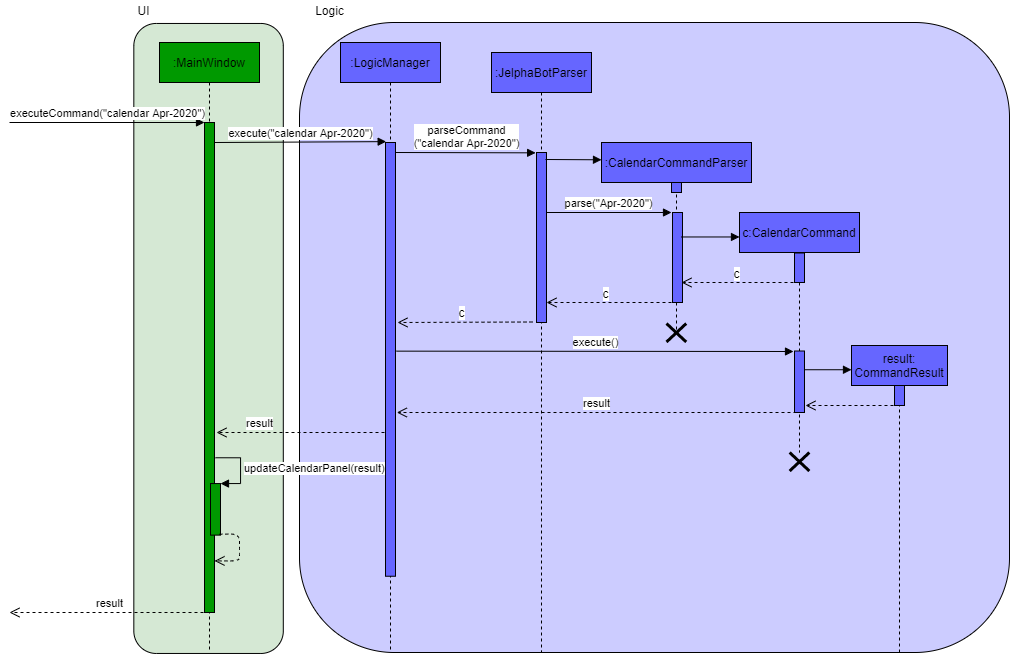
Before: images/CalendarViewSequenceDiagram.png, a diagram exported from draw.io (AY1920S2-CS2103-F09-2/main). Source tidied: cells renumbered, new cells last; positions are measured from the earlier drawing's top-left corner, leaving out a move shared by most shapes. The source it was exported from:
```xml
<mxGraphModel background="#ffffff">
  <root>
    <mxCell id="0" />
    <mxCell id="1" parent="0" />
    <mxCell id="2" style="rounded=1;whiteSpace=wrap;html=1;shadow=0;fillColor=#CCCCFF;" parent="1" vertex="1">
      <mxGeometry x="406" y="22" width="710" height="630" as="geometry" />
    </mxCell>
    <mxCell id="3" style="rounded=1;whiteSpace=wrap;html=1;shadow=0;rotation=-90;fillColor=#D5E8D4;" parent="1" vertex="1">
      <mxGeometry x="0.1" y="263.2" width="630" height="149.5" as="geometry" />
    </mxCell>
    <mxCell id="4" value=":MainWindow" style="shape=umlLifeline;perimeter=lifelinePerimeter;whiteSpace=wrap;html=1;shadow=0;fillColor=#009900;" parent="1" vertex="1">
      <mxGeometry x="266" y="42" width="100" height="610" as="geometry" />
    </mxCell>
    <mxCell id="5" value="executeCommand(&quot;calendar Apr-2020&quot;)" style="html=1;verticalAlign=bottom;endArrow=block;fillColor=#4D9900;" parent="1" edge="1">
      <mxGeometry relative="1" as="geometry">
        <mxPoint x="116" y="122" as="sourcePoint" />
        <mxPoint x="311" y="122" as="targetPoint" />
      </mxGeometry>
    </mxCell>
    <mxCell id="6" value="UI" style="text;html=1;align=center;verticalAlign=middle;" parent="1" vertex="1">
      <mxGeometry x="235" width="30" height="20" as="geometry" />
    </mxCell>
    <mxCell id="7" value="execute(&quot;calendar Apr-2020&quot;)" style="html=1;verticalAlign=bottom;endArrow=block;fillColor=#4D9900;entryX=0.067;entryY=-0.002;entryDx=0;entryDy=0;entryPerimeter=0;" parent="1" edge="1" target="12">
      <mxGeometry relative="1" as="geometry">
        <mxPoint x="321" y="142" as="sourcePoint" />
      </mxGeometry>
    </mxCell>
    <mxCell id="8" value="result" style="html=1;verticalAlign=bottom;endArrow=open;dashed=1;endSize=8;fillColor=#4D9900;" parent="1" edge="1">
      <mxGeometry relative="1" as="geometry">
        <mxPoint x="903" y="412" as="sourcePoint" />
        <mxPoint x="503.3" y="412" as="targetPoint" />
      </mxGeometry>
    </mxCell>
    <mxCell id="9" value="Logic" style="text;html=1;align=center;verticalAlign=middle;" parent="1" vertex="1">
      <mxGeometry x="416" width="40" height="20" as="geometry" />
    </mxCell>
    <mxCell id="10" style="group;" parent="1" vertex="1">
      <mxGeometry x="442" y="42" width="100" height="610" as="geometry" />
    </mxCell>
    <mxCell id="11" value=":LogicManager" style="shape=umlLifeline;perimeter=lifelinePerimeter;whiteSpace=wrap;html=1;shadow=0;fillColor=#6666FF;" parent="10" vertex="1">
      <mxGeometry x="5" width="100" height="610" as="geometry" />
    </mxCell>
    <mxCell id="12" style="html=1;points=[];perimeter=orthogonalPerimeter;shadow=0;fillColor=#6666FF;" parent="10" vertex="1">
      <mxGeometry x="50" y="100" width="10" height="433.8" as="geometry" />
    </mxCell>
    <mxCell id="13" value=":JelphaBotParser" style="shape=umlLifeline;perimeter=lifelinePerimeter;whiteSpace=wrap;html=1;shadow=0;fillColor=#6666FF;" parent="1" vertex="1">
      <mxGeometry x="598" y="52" width="100" height="600" as="geometry" />
    </mxCell>
    <mxCell id="14" style="html=1;points=[];perimeter=orthogonalPerimeter;shadow=0;fillColor=#6666FF;" parent="13" vertex="1">
      <mxGeometry x="45" y="100" width="10" height="170" as="geometry" />
    </mxCell>
    <mxCell id="15" style="html=1;verticalAlign=bottom;endArrow=block;fillColor=#4D9900;entryX=0;entryY=0.091;entryDx=0;entryDy=0;entryPerimeter=0;" parent="13" edge="1" target="16">
      <mxGeometry relative="1" as="geometry">
        <mxPoint x="54" y="107" as="sourcePoint" />
      </mxGeometry>
    </mxCell>
    <mxCell id="16" value=":CalendarCommandParser" style="shape=umlLifeline;perimeter=lifelinePerimeter;whiteSpace=wrap;html=1;outlineConnect=0;shadow=0;fillColor=#6666FF;" parent="1" vertex="1">
      <mxGeometry x="708" y="142" width="150" height="190" as="geometry" />
    </mxCell>
    <mxCell id="17" style="html=1;perimeter=orthogonalPerimeter;shadow=0;fillColor=#6666FF;" parent="16" vertex="1">
      <mxGeometry x="70" y="40" width="10" height="10" as="geometry" />
    </mxCell>
    <mxCell id="18" style="group;" parent="16" vertex="1">
      <mxGeometry x="71" y="70" width="10" height="120" as="geometry" />
    </mxCell>
    <mxCell id="19" style="group;" parent="18" vertex="1">
      <mxGeometry width="10" height="90" as="geometry" />
    </mxCell>
    <mxCell id="20" value="&lt;span style=&quot;color: rgba(0 , 0 , 0 , 0) ; font-family: monospace ; font-size: 0px&quot;&gt;%3CmxGraphModel%3E%3Croot%3E%3CmxCell%20id%3D%220%22%2F%3E%3CmxCell%20id%3D%221%22%20parent%3D%220%22%2F%3E%3CmxCell%20id%3D%222%22%20value%3D%22%22%20style%3D%22shape%3DumlDestroy%3BwhiteSpace%3Dwrap%3Bhtml%3D1%3BstrokeWidth%3D3%3BfillColor%3D%23ffffff%3B%22%20vertex%3D%221%22%20parent%3D%221%22%3E%3CmxGeometry%20x%3D%22562%22%20y%3D%22420%22%20width%3D%2230%22%20height%3D%2230%22%20as%3D%22geometry%22%2F%3E%3C%2FmxCell%3E%3C%2Froot%3E%3C%2FmxGraphModel%3E&lt;/span&gt;" style="html=1;perimeter=orthogonalPerimeter;shadow=0;fillColor=#6666FF;" parent="19" vertex="1">
      <mxGeometry width="10" height="90" as="geometry" />
    </mxCell>
    <mxCell id="21" value="parse(&quot;Apr-2020&quot;)" style="html=1;verticalAlign=bottom;endArrow=block;fillColor=#4D9900;" parent="1" edge="1">
      <mxGeometry relative="1" as="geometry">
        <mxPoint x="653" y="212" as="sourcePoint" />
        <mxPoint x="778" y="212" as="targetPoint" />
      </mxGeometry>
    </mxCell>
    <mxCell id="22" style="group;" parent="1" vertex="1">
      <mxGeometry x="846" y="212" width="120" height="310" as="geometry" />
    </mxCell>
    <mxCell id="23" value="c:CalendarCommand" style="shape=umlLifeline;perimeter=lifelinePerimeter;whiteSpace=wrap;html=1;shadow=0;fillColor=#6666FF;" parent="22" vertex="1">
      <mxGeometry width="120" height="240" as="geometry" />
    </mxCell>
    <mxCell id="24" style="html=1;perimeter=orthogonalPerimeter;shadow=0;fillColor=#6666FF;" parent="23" vertex="1">
      <mxGeometry x="55" y="40.5" width="10" height="29.5" as="geometry" />
    </mxCell>
    <mxCell id="25" style="group;" parent="23" vertex="1">
      <mxGeometry x="55" y="138.5" width="10" height="61.5" as="geometry" />
    </mxCell>
    <mxCell id="26" value="&lt;span style=&quot;color: rgba(0 , 0 , 0 , 0) ; font-family: monospace ; font-size: 0px&quot;&gt;%3CmxGraphModel%3E%3Croot%3E%3CmxCell%20id%3D%220%22%2F%3E%3CmxCell%20id%3D%221%22%20parent%3D%220%22%2F%3E%3CmxCell%20id%3D%222%22%20value%3D%22%22%20style%3D%22shape%3DumlDestroy%3BwhiteSpace%3Dwrap%3Bhtml%3D1%3BstrokeWidth%3D3%3BfillColor%3D%23ffffff%3B%22%20vertex%3D%221%22%20parent%3D%221%22%3E%3CmxGeometry%20x%3D%22562%22%20y%3D%22420%22%20width%3D%2230%22%20height%3D%2230%22%20as%3D%22geometry%22%2F%3E%3C%2FmxCell%3E%3C%2Froot%3E%3C%2FmxGraphModel%3E&lt;/span&gt;" style="html=1;perimeter=orthogonalPerimeter;shadow=0;fillColor=#6666FF;" parent="25" vertex="1">
      <mxGeometry width="10" height="61.5" as="geometry" />
    </mxCell>
    <mxCell id="27" style="html=1;verticalAlign=bottom;endArrow=block;fillColor=#4D9900;" parent="22" edge="1">
      <mxGeometry relative="1" as="geometry">
        <mxPoint x="-58" y="24.5" as="sourcePoint" />
        <mxPoint y="24.5" as="targetPoint" />
      </mxGeometry>
    </mxCell>
    <mxCell id="28" style="html=1;verticalAlign=bottom;endArrow=open;dashed=1;endSize=8;fillColor=#4D9900;" parent="1" edge="1">
      <mxGeometry relative="1" as="geometry">
        <mxPoint x="906" y="282" as="sourcePoint" />
        <mxPoint x="788" y="282" as="targetPoint" />
      </mxGeometry>
    </mxCell>
    <mxCell id="29" value="c" style="text;html=1;align=center;verticalAlign=middle;labelBackgroundColor=#ffffff;" parent="28" vertex="1">
      <mxGeometry x="0.07" y="-1" relative="1" as="geometry">
        <mxPoint y="-9" as="offset" />
      </mxGeometry>
    </mxCell>
    <mxCell id="30" style="html=1;verticalAlign=bottom;endArrow=open;dashed=1;endSize=8;fillColor=#4D9900;" parent="1" edge="1">
      <mxGeometry relative="1" as="geometry">
        <mxPoint x="778" y="302" as="sourcePoint" />
        <mxPoint x="653" y="302" as="targetPoint" />
      </mxGeometry>
    </mxCell>
    <mxCell id="31" value="c" style="text;html=1;align=center;verticalAlign=middle;labelBackgroundColor=#ffffff;" parent="30" vertex="1">
      <mxGeometry x="0.07" y="-1" relative="1" as="geometry">
        <mxPoint y="-9" as="offset" />
      </mxGeometry>
    </mxCell>
    <mxCell id="32" value="parseCommand&lt;br&gt;(&quot;calendar Apr-2020&quot;)" style="html=1;verticalAlign=bottom;endArrow=block;fillColor=#4D9900;entryX=-0.086;entryY=0.002;entryDx=0;entryDy=0;entryPerimeter=0;" parent="1" edge="1" target="14">
      <mxGeometry relative="1" as="geometry">
        <mxPoint x="502" y="152" as="sourcePoint" />
      </mxGeometry>
    </mxCell>
    <mxCell id="33" style="shape=umlDestroy;whiteSpace=wrap;html=1;strokeWidth=3;fillColor=#ffffff;" parent="1" vertex="1">
      <mxGeometry x="773" y="323" width="19.7" height="18.5" as="geometry" />
    </mxCell>
    <mxCell id="34" style="html=1;verticalAlign=bottom;endArrow=open;dashed=1;endSize=8;fillColor=#4D9900;" parent="1" edge="1">
      <mxGeometry relative="1" as="geometry">
        <mxPoint x="639" y="321.5" as="sourcePoint" />
        <mxPoint x="504" y="322" as="targetPoint" />
      </mxGeometry>
    </mxCell>
    <mxCell id="35" value="c" style="text;html=1;align=center;verticalAlign=middle;labelBackgroundColor=#ffffff;" parent="34" vertex="1">
      <mxGeometry x="0.07" y="-1" relative="1" as="geometry">
        <mxPoint y="-9" as="offset" />
      </mxGeometry>
    </mxCell>
    <mxCell id="36" value="execute()" style="html=1;verticalAlign=bottom;endArrow=block;fillColor=#4D9900;" parent="1" edge="1">
      <mxGeometry relative="1" as="geometry">
        <mxPoint x="503" y="350.6" as="sourcePoint" />
        <mxPoint x="900" y="351" as="targetPoint" />
      </mxGeometry>
    </mxCell>
    <mxCell id="37" style="group;" parent="1" vertex="1">
      <mxGeometry x="958" y="345" width="96" height="307" as="geometry" />
    </mxCell>
    <mxCell id="38" value="result:&lt;br&gt;CommandResult" style="shape=umlLifeline;perimeter=lifelinePerimeter;whiteSpace=wrap;html=1;shadow=0;fillColor=#6666FF;" parent="37" vertex="1">
      <mxGeometry width="96" height="307" as="geometry" />
    </mxCell>
    <mxCell id="39" style="html=1;perimeter=orthogonalPerimeter;shadow=0;fillColor=#6666FF;" parent="38" vertex="1">
      <mxGeometry x="43" y="40" width="10" height="20" as="geometry" />
    </mxCell>
    <mxCell id="40" style="html=1;verticalAlign=bottom;endArrow=block;fillColor=#4D9900;" parent="37" edge="1">
      <mxGeometry relative="1" as="geometry">
        <mxPoint x="-46.4" y="24.2" as="sourcePoint" />
        <mxPoint y="24.2" as="targetPoint" />
      </mxGeometry>
    </mxCell>
    <mxCell id="41" style="html=1;verticalAlign=bottom;endArrow=open;dashed=1;endSize=8;fillColor=#4D9900;" parent="1" edge="1">
      <mxGeometry relative="1" as="geometry">
        <mxPoint x="1006" y="405" as="sourcePoint" />
        <mxPoint x="912" y="405" as="targetPoint" />
      </mxGeometry>
    </mxCell>
    <mxCell id="42" style="shape=umlDestroy;whiteSpace=wrap;html=1;strokeWidth=3;fillColor=#ffffff;" parent="1" vertex="1">
      <mxGeometry x="896.1" y="452" width="19.7" height="18.5" as="geometry" />
    </mxCell>
    <mxCell id="43" style="group;" parent="1" vertex="1">
      <mxGeometry x="116" y="122" width="231" height="490" as="geometry" />
    </mxCell>
    <mxCell id="44" style="html=1;perimeter=orthogonalPerimeter;shadow=0;fillColor=#009900;" parent="43" vertex="1">
      <mxGeometry x="195" width="10" height="490" as="geometry" />
    </mxCell>
    <mxCell id="45" style="html=1;points=[];perimeter=orthogonalPerimeter;shadow=0;fillColor=#009900;" parent="43" vertex="1">
      <mxGeometry x="201" y="361.1" width="10" height="51.6" as="geometry" />
    </mxCell>
    <mxCell id="46" value="updateCalendarPanel(result)" style="edgeStyle=orthogonalEdgeStyle;html=1;align=left;spacingLeft=2;endArrow=block;rounded=0;entryX=1;entryY=0;fillColor=#4D9900;" parent="43" edge="1" target="45">
      <mxGeometry relative="1" as="geometry">
        <mxPoint x="206" y="335.3" as="sourcePoint" />
        <Array as="points">
          <mxPoint x="231" y="335.3" />
          <mxPoint x="231" y="361.1" />
        </Array>
      </mxGeometry>
    </mxCell>
    <mxCell id="47" style="html=1;verticalAlign=bottom;endArrow=open;dashed=1;endSize=8;fillColor=#4D9900;exitX=0.883;exitY=0.983;exitDx=0;exitDy=0;exitPerimeter=0;" parent="43" edge="1" source="45">
      <mxGeometry x="-0.3" y="-20" relative="1" as="geometry">
        <mxPoint x="205" y="438.4" as="targetPoint" />
        <Array as="points">
          <mxPoint x="230" y="411.3" />
          <mxPoint x="230" y="425.5" />
          <mxPoint x="230" y="438.4" />
          <mxPoint x="230" y="438.4" />
        </Array>
        <mxPoint x="40" as="offset" />
      </mxGeometry>
    </mxCell>
    <mxCell id="48" value="result" style="html=1;verticalAlign=bottom;endArrow=open;dashed=1;endSize=8;fillColor=#4D9900;" parent="43" edge="1">
      <mxGeometry relative="1" as="geometry">
        <mxPoint x="200" y="490" as="sourcePoint" />
        <mxPoint y="490" as="targetPoint" />
      </mxGeometry>
    </mxCell>
    <mxCell id="49" value="result" style="html=1;verticalAlign=bottom;endArrow=open;dashed=1;endSize=8;fillColor=#4D9900;" parent="1" edge="1">
      <mxGeometry x="0.49" relative="1" as="geometry">
        <mxPoint x="491" y="432" as="sourcePoint" />
        <mxPoint x="323" y="432" as="targetPoint" />
      </mxGeometry>
    </mxCell>
  </root>
</mxGraphModel>
```
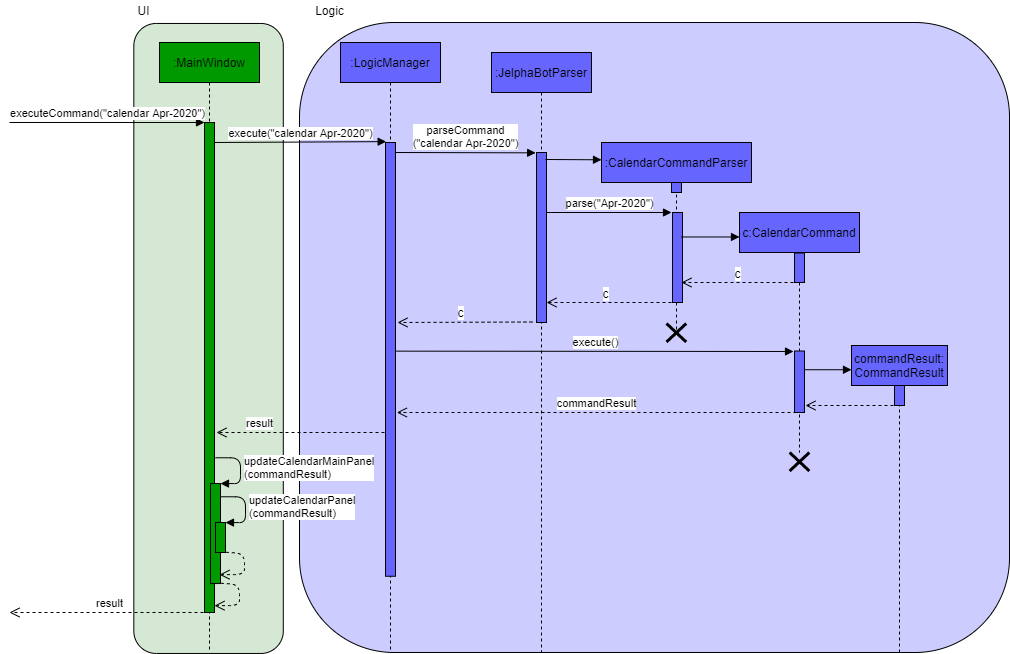
Above is the later version.

What changed in the source:
```diff
@@ -25,7 +25,7 @@
         <mxPoint x="321" y="142" as="sourcePoint" />
       </mxGeometry>
     </mxCell>
-    <mxCell id="8" value="result" style="html=1;verticalAlign=bottom;endArrow=open;dashed=1;endSize=8;fillColor=#4D9900;" parent="1" edge="1">
+    <mxCell id="8" value="commandResult" style="html=1;verticalAlign=bottom;endArrow=open;dashed=1;endSize=8;fillColor=#4D9900;" parent="1" edge="1">
       <mxGeometry relative="1" as="geometry">
         <mxPoint x="903" y="412" as="sourcePoint" />
         <mxPoint x="503.3" y="412" as="targetPoint" />
@@ -146,7 +146,7 @@
     <mxCell id="37" style="group;" parent="1" vertex="1">
       <mxGeometry x="958" y="345" width="96" height="307" as="geometry" />
     </mxCell>
-    <mxCell id="38" value="result:&lt;br&gt;CommandResult" style="shape=umlLifeline;perimeter=lifelinePerimeter;whiteSpace=wrap;html=1;shadow=0;fillColor=#6666FF;" parent="37" vertex="1">
+    <mxCell id="38" value="commandResult:&lt;br&gt;CommandResult" style="shape=umlLifeline;perimeter=lifelinePerimeter;whiteSpace=wrap;html=1;shadow=0;fillColor=#6666FF;" parent="37" vertex="1">
       <mxGeometry width="96" height="307" as="geometry" />
     </mxCell>
     <mxCell id="39" style="html=1;perimeter=orthogonalPerimeter;shadow=0;fillColor=#6666FF;" parent="38" vertex="1">
@@ -173,41 +173,67 @@
     <mxCell id="44" style="html=1;perimeter=orthogonalPerimeter;shadow=0;fillColor=#009900;" parent="43" vertex="1">
       <mxGeometry x="195" width="10" height="490" as="geometry" />
     </mxCell>
+    <mxCell id="46" value="updateCalendarMainPanel&lt;br&gt;(commandResult)" style="edgeStyle=orthogonalEdgeStyle;html=1;align=left;spacingLeft=2;endArrow=block;rounded=1;entryX=1;entryY=0;fillColor=#4D9900;" parent="43" edge="1" target="45">
+      <mxGeometry relative="1" as="geometry">
+        <mxPoint x="206" y="335.3" as="sourcePoint" />
+        <Array as="points">
+          <mxPoint x="231" y="335.3" />
+          <mxPoint x="231" y="361.1" />
+        </Array>
+      </mxGeometry>
+    </mxCell>
+    <mxCell id="48" value="result" style="html=1;verticalAlign=bottom;endArrow=open;dashed=1;endSize=8;fillColor=#4D9900;" parent="43" edge="1">
+      <mxGeometry relative="1" as="geometry">
+        <mxPoint x="200" y="490" as="sourcePoint" />
+        <mxPoint y="490" as="targetPoint" />
+      </mxGeometry>
+    </mxCell>
+    <mxCell id="50" style="group;" parent="43" vertex="1">
+      <mxGeometry x="201" y="361.1" width="29" height="100" as="geometry" />
+    </mxCell>
-    <mxCell id="45" style="html=1;points=[];perimeter=orthogonalPerimeter;shadow=0;fillColor=#009900;" parent="43" vertex="1">
-      <mxGeometry x="201" y="361.1" width="10" height="51.6" as="geometry" />
+    <mxCell id="45" style="html=1;points=[];perimeter=orthogonalPerimeter;shadow=0;fillColor=#009900;" parent="50" vertex="1">
+      <mxGeometry width="10" height="100" as="geometry" />
     </mxCell>
-    <mxCell id="46" value="updateCalendarPanel(result)" style="edgeStyle=orthogonalEdgeStyle;html=1;align=left;spacingLeft=2;endArrow=block;rounded=0;entryX=1;entryY=0;fillColor=#4D9900;" parent="43" edge="1" target="45">
-      <mxGeometry relative="1" as="geometry">
-        <mxPoint x="206" y="335.3" as="sourcePoint" />
-        <Array as="points">
-          <mxPoint x="231" y="335.3" />
-          <mxPoint x="231" y="361.1" />
-        </Array>
-      </mxGeometry>
-    </mxCell>
-    <mxCell id="47" style="html=1;verticalAlign=bottom;endArrow=open;dashed=1;endSize=8;fillColor=#4D9900;exitX=0.883;exitY=0.983;exitDx=0;exitDy=0;exitPerimeter=0;" parent="43" edge="1" source="45">
+    <mxCell id="47" style="html=1;verticalAlign=bottom;endArrow=open;dashed=1;endSize=8;fillColor=#4D9900;exitX=1.035;exitY=0.967;exitDx=0;exitDy=0;exitPerimeter=0;entryX=1;entryY=0.98;entryDx=0;entryDy=0;entryPerimeter=0;" parent="43" edge="1">
       <mxGeometry x="-0.3" y="-20" relative="1" as="geometry">
-        <mxPoint x="205" y="438.4" as="targetPoint" />
+        <mxPoint x="211.4" y="460.8" as="sourcePoint" />
+        <mxPoint x="205" y="483.2" as="targetPoint" />
         <Array as="points">
-          <mxPoint x="230" y="411.3" />
-          <mxPoint x="230" y="425.5" />
-          <mxPoint x="230" y="438.4" />
-          <mxPoint x="230" y="438.4" />
+          <mxPoint x="230" y="462" />
+          <mxPoint x="230" y="483" />
         </Array>
         <mxPoint x="40" as="offset" />
       </mxGeometry>
     </mxCell>
-    <mxCell id="48" value="result" style="html=1;verticalAlign=bottom;endArrow=open;dashed=1;endSize=8;fillColor=#4D9900;" parent="43" edge="1">
-      <mxGeometry relative="1" as="geometry">
-        <mxPoint x="200" y="490" as="sourcePoint" />
-        <mxPoint y="490" as="targetPoint" />
-      </mxGeometry>
-    </mxCell>
     <mxCell id="49" value="result" style="html=1;verticalAlign=bottom;endArrow=open;dashed=1;endSize=8;fillColor=#4D9900;" parent="1" edge="1">
       <mxGeometry x="0.49" relative="1" as="geometry">
         <mxPoint x="491" y="432" as="sourcePoint" />
         <mxPoint x="323" y="432" as="targetPoint" />
       </mxGeometry>
     </mxCell>
+    <mxCell id="51" style="html=1;perimeter=orthogonalPerimeter;shadow=0;fillColor=#009900;" parent="1" vertex="1">
+      <mxGeometry x="322" y="522" width="10" height="30" as="geometry" />
+    </mxCell>
+    <mxCell id="52" value="updateCalendarPanel&lt;br&gt;(commandResult)" style="edgeStyle=orthogonalEdgeStyle;html=1;align=left;spacingLeft=2;endArrow=block;rounded=1;entryX=1;entryY=0;fillColor=#4D9900;" parent="1" edge="1">
+      <mxGeometry relative="1" as="geometry">
+        <mxPoint x="327" y="496.3" as="sourcePoint" />
+        <mxPoint x="332" y="522.1" as="targetPoint" />
+        <Array as="points">
+          <mxPoint x="352" y="496.3" />
+          <mxPoint x="352" y="522.1" />
+        </Array>
+      </mxGeometry>
+    </mxCell>
+    <mxCell id="53" style="html=1;verticalAlign=bottom;endArrow=open;dashed=1;endSize=8;fillColor=#4D9900;exitX=1.035;exitY=0.967;exitDx=0;exitDy=0;exitPerimeter=0;entryX=1;entryY=0.98;entryDx=0;entryDy=0;entryPerimeter=0;" parent="1" edge="1">
+      <mxGeometry x="-0.3" y="-20" relative="1" as="geometry">
+        <mxPoint x="332.4" y="551.8" as="sourcePoint" />
+        <mxPoint x="326" y="574.2" as="targetPoint" />
+        <Array as="points">
+          <mxPoint x="351" y="553" />
+          <mxPoint x="351" y="574" />
+        </Array>
+        <mxPoint x="40" as="offset" />
+      </mxGeometry>
+    </mxCell>
   </root>
 </mxGraphModel>
```
